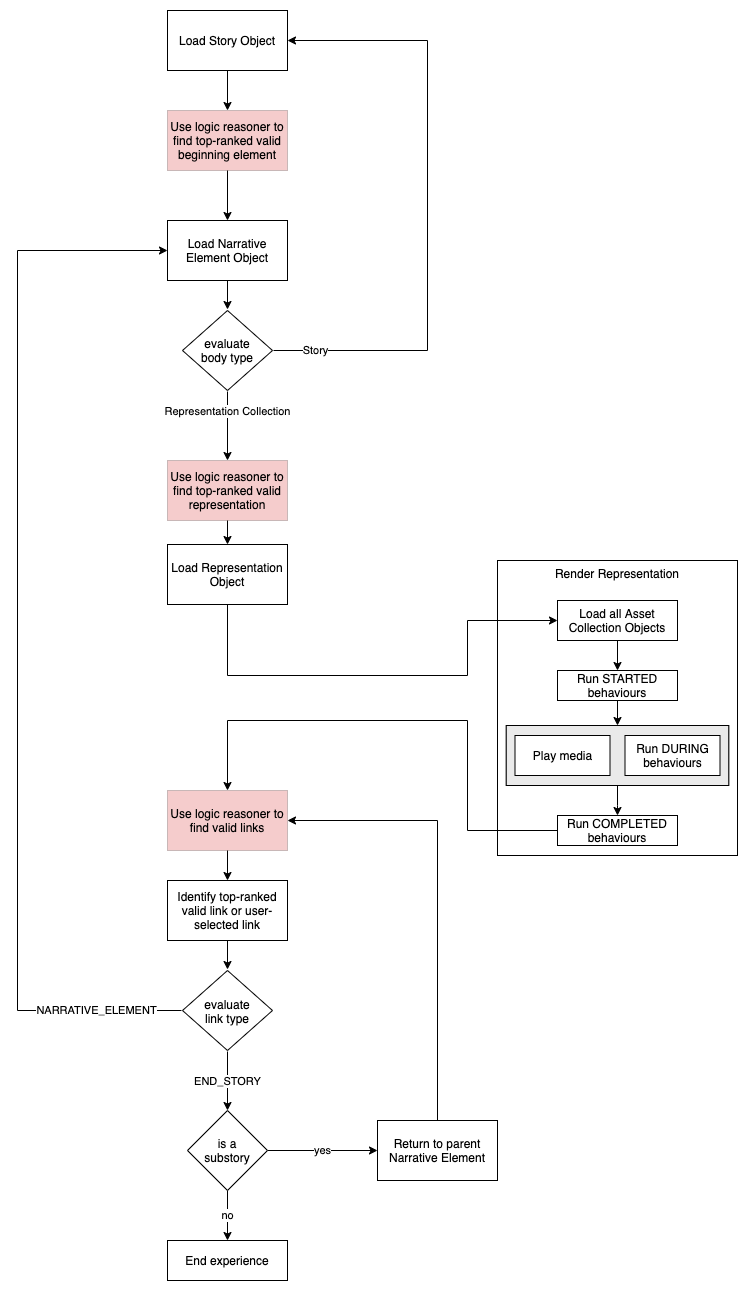
Before: docs/img/story_logic.png, a diagram exported from draw.io (bbc/object-based-media-schema). Source tidied: cells renumbered, new cells last; positions are measured from the earlier drawing's top-left corner, leaving out a move shared by most shapes.
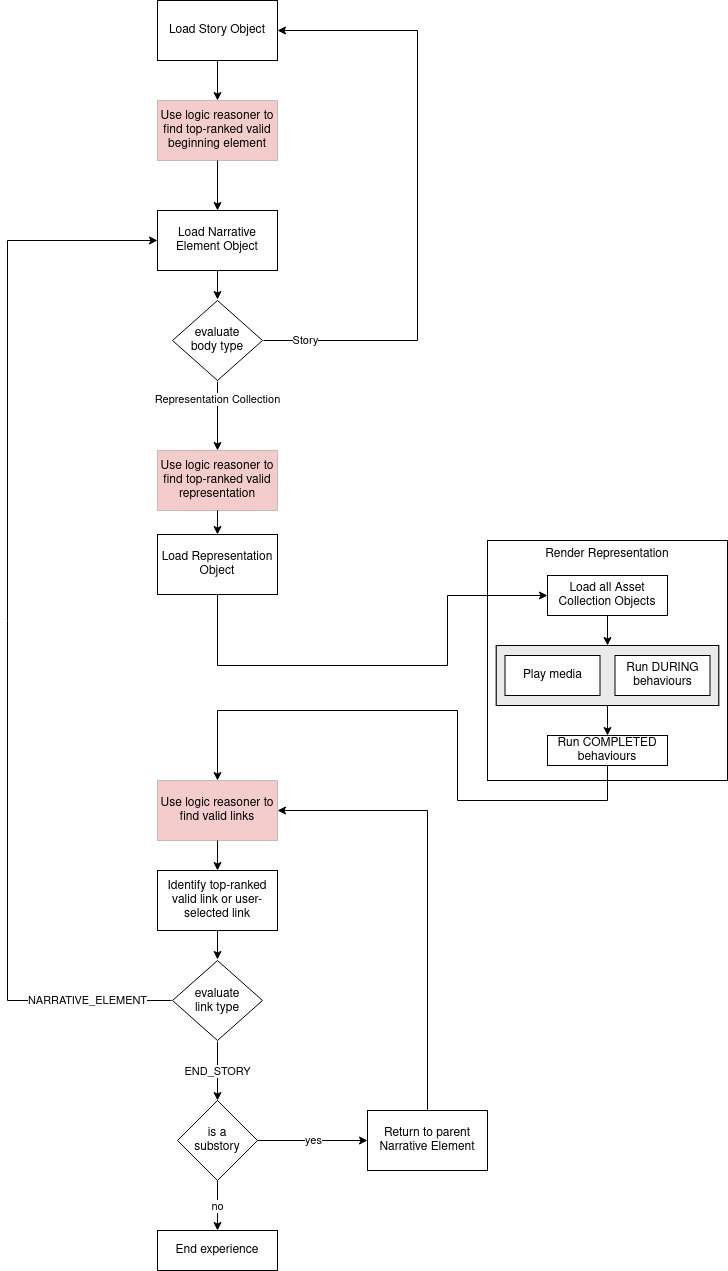
After the commit.

Commit message:
feat: removes started behaviours (#14)

Change to the diagram source:
```diff
@@ -3,7 +3,7 @@
     <mxCell id="0" />
     <mxCell id="1" parent="0" />
     <mxCell id="2" value="Render Representation" style="rounded=0;whiteSpace=wrap;html=1;verticalAlign=top;" parent="1" vertex="1">
-      <mxGeometry x="480" y="550" width="240" height="295" as="geometry" />
+      <mxGeometry x="480" y="540" width="240" height="240" as="geometry" />
     </mxCell>
     <mxCell id="3" style="edgeStyle=orthogonalEdgeStyle;rounded=0;jettySize=auto;html=1;" parent="1" edge="1" source="4" target="6">
       <mxGeometry relative="1" as="geometry" />
@@ -46,8 +46,8 @@
       <mxGeometry relative="1" as="geometry">
         <Array as="points">
           <mxPoint x="210" y="665" />
-          <mxPoint x="450" y="665" />
-          <mxPoint x="450" y="610" />
+          <mxPoint x="440" y="665" />
+          <mxPoint x="440" y="595" />
         </Array>
       </mxGeometry>
     </mxCell>
@@ -108,29 +108,27 @@
     <mxCell id="28" value="Return to parent Narrative Element" style="rounded=0;whiteSpace=wrap;html=1;" parent="1" vertex="1">
       <mxGeometry x="360" y="1110" width="120" height="60" as="geometry" />
     </mxCell>
-    <mxCell id="29" style="edgeStyle=orthogonalEdgeStyle;rounded=0;jettySize=auto;html=1;" parent="1" edge="1" source="30" target="32">
-      <mxGeometry relative="1" as="geometry" />
-    </mxCell>
+    <mxCell id="41" style="edgeStyle=orthogonalEdgeStyle;rounded=0;jettySize=auto;html=1;entryX=0.5;entryY=0;entryDx=0;entryDy=0;" parent="1" edge="1" source="30" target="35">
+      <mxGeometry relative="1" as="geometry" />
+    </mxCell>
     <mxCell id="30" value="Load all Asset Collection Objects" style="rounded=0;whiteSpace=wrap;html=1;" parent="1" vertex="1">
-      <mxGeometry x="540" y="590" width="120" height="40" as="geometry" />
+      <mxGeometry x="540" y="575" width="120" height="40" as="geometry" />
     </mxCell>
     <mxCell id="31" style="edgeStyle=orthogonalEdgeStyle;rounded=0;jettySize=auto;html=1;entryX=0.5;entryY=0;entryDx=0;entryDy=0;" parent="1" edge="1" source="33" target="14">
       <mxGeometry relative="1" as="geometry">
         <Array as="points">
-          <mxPoint x="450" y="820" />
+          <mxPoint x="600" y="800" />
+          <mxPoint x="450" y="800" />
           <mxPoint x="450" y="710" />
           <mxPoint x="210" y="710" />
         </Array>
       </mxGeometry>
     </mxCell>
-    <mxCell id="32" value="Run STARTED behaviours" style="rounded=0;whiteSpace=wrap;html=1;" parent="1" vertex="1">
-      <mxGeometry x="540" y="660" width="120" height="30" as="geometry" />
-    </mxCell>
     <mxCell id="33" value="Run COMPLETED behaviours" style="rounded=0;whiteSpace=wrap;html=1;" parent="1" vertex="1">
-      <mxGeometry x="540" y="805" width="120" height="30" as="geometry" />
+      <mxGeometry x="540" y="735" width="120" height="30" as="geometry" />
     </mxCell>
     <mxCell id="34" style="group;fillColor=#f5f5f5;strokeColor=#666666;fontColor=#333333;" parent="1" vertex="1">
-      <mxGeometry x="488.7" y="715" width="222.5" height="60" as="geometry" />
+      <mxGeometry x="488.7" y="645" width="222.5" height="60" as="geometry" />
     </mxCell>
     <mxCell id="35" style="rounded=0;whiteSpace=wrap;html=1;fillColor=#EAEAEA;" parent="34" vertex="1">
       <mxGeometry width="222.5" height="60" as="geometry" />
@@ -144,9 +142,6 @@
     <mxCell id="38" value="Run DURING behaviours" style="rounded=0;whiteSpace=wrap;html=1;" parent="36" vertex="1">
       <mxGeometry x="110" width="95" height="40" as="geometry" />
     </mxCell>
-    <mxCell id="39" style="edgeStyle=orthogonalEdgeStyle;rounded=0;jettySize=auto;html=1;" parent="1" edge="1" source="32" target="35">
-      <mxGeometry relative="1" as="geometry" />
-    </mxCell>
     <mxCell id="40" style="edgeStyle=orthogonalEdgeStyle;rounded=0;jettySize=auto;html=1;entryX=0.5;entryY=0;entryDx=0;entryDy=0;" parent="1" edge="1" source="35" target="33">
       <mxGeometry relative="1" as="geometry" />
     </mxCell>
```
